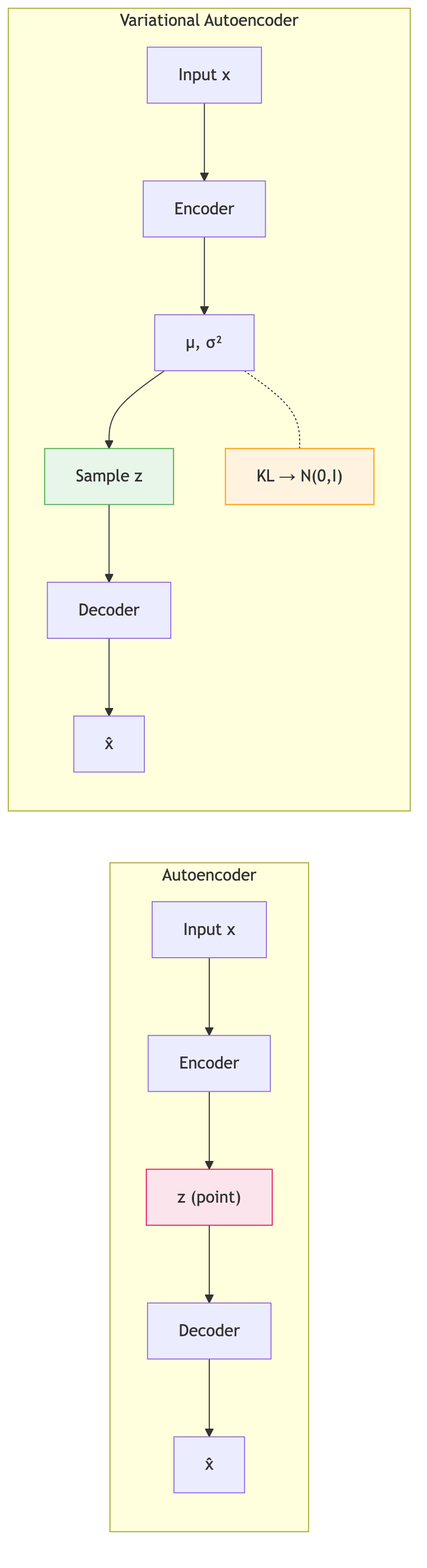
Before: assets/img/teaching/protein-ai/mermaid/s26-05-generative-models_diagram_0.png, a diagram exported from Mermaid (sungsoo-ahn/sungsoo-ahn.github.io). Its source is kept beside it as assets/img/teaching/protein-ai/mermaid/s26-05-generative-models_diagram_0.mmd. Its diagram source:
```mermaid
flowchart LR
    subgraph AE["Autoencoder"]
        X1["Input x"] --> E1["Encoder"] --> Z1["z (point)"] --> D1["Decoder"] --> X1R["x̂"]
    end

    subgraph VAE["Variational Autoencoder"]
        X2["Input x"] --> E2["Encoder"] --> MU["μ, σ²"] --> S2["Sample z"] --> D2["Decoder"] --> X2R["x̂"]
        MU -.- KL["KL → N(0,I)"]
    end

    style Z1 fill:#fce4ec,stroke:#e91e63
    style S2 fill:#e8f5e9,stroke:#4CAF50
    style KL fill:#fff3e0,stroke:#FF9800
```
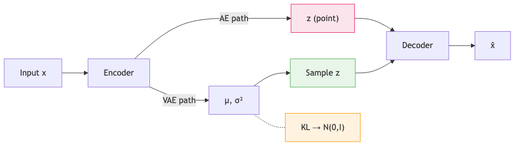
Above is the later version.

Diff of the diagram source:
```diff
@@ -1,13 +1,13 @@
 flowchart LR
-    subgraph AE["Autoencoder"]
-        X1["Input x"] --> E1["Encoder"] --> Z1["z (point)"] --> D1["Decoder"] --> X1R["x̂"]
-    end
+    X["Input x"] --> ENC["Encoder"]
+    ENC -->|"AE path"| Z["z (point)"]
+    ENC -->|"VAE path"| MU["μ, σ²"]
+    MU --> SAMPLE["Sample z"]
+    Z --> DEC["Decoder"]
+    SAMPLE --> DEC
+    DEC --> XHAT["x̂"]
+    MU -.- KL["KL → N(0,I)"]
 
-    subgraph VAE["Variational Autoencoder"]
-        X2["Input x"] --> E2["Encoder"] --> MU["μ, σ²"] --> S2["Sample z"] --> D2["Decoder"] --> X2R["x̂"]
-        MU -.- KL["KL → N(0,I)"]
-    end
-
-    style Z1 fill:#fce4ec,stroke:#e91e63
-    style S2 fill:#e8f5e9,stroke:#4CAF50
+    style Z fill:#fce4ec,stroke:#e91e63
+    style SAMPLE fill:#e8f5e9,stroke:#4CAF50
     style KL fill:#fff3e0,stroke:#FF9800
```
